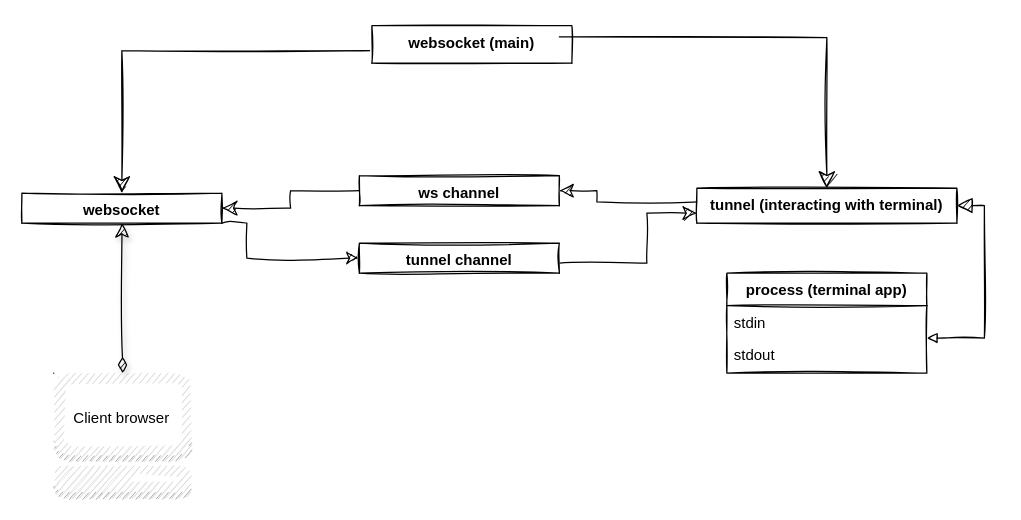
Above: diagram.drawio in hamidb80/code_anime (draw.io), before the change. Source tidied: cells renumbered, new cells numbered last; positions are measured from the earlier drawing's top-left corner, leaving out a move shared by most shapes. Both pictures are drawn from the tidied source at 125%, with x=0, y=0 at pixel (21, 25).
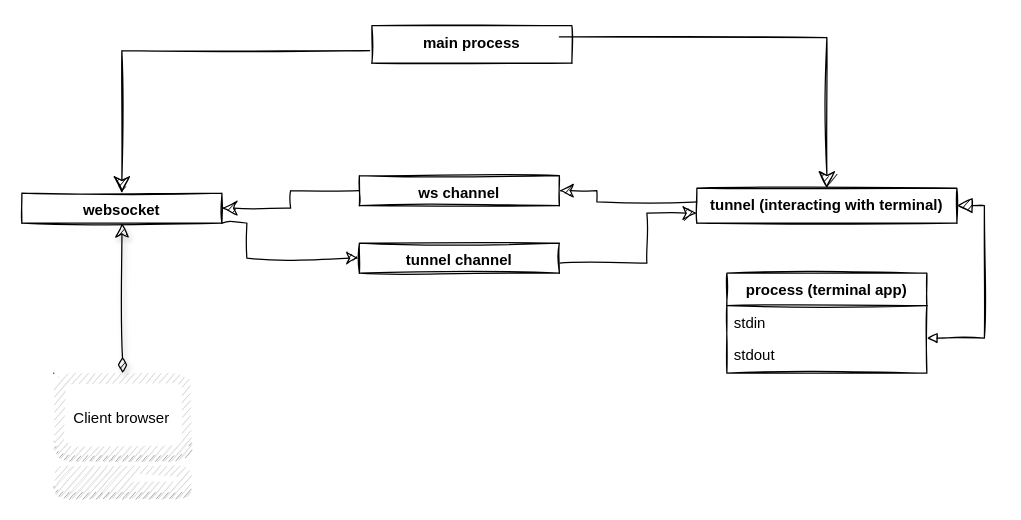
After the change.

Diff of the diagram source:
```diff
@@
-    <mxCell id="10" value="websocket (main)" style="swimlane;fontStyle=1;align=center;verticalAlign=top;horizontal=1;startSize=60;rounded=0;shadow=0;strokeWidth=1;sketch=1;" parent="1" vertex="1">
+    <mxCell id="10" value="main process&#10;" style="swimlane;fontStyle=1;align=center;verticalAlign=top;horizontal=1;startSize=60;rounded=0;shadow=0;strokeWidth=1;sketch=1;" parent="1" vertex="1">
       <mxGeometry x="280" width="160" height="30" as="geometry" />
     </mxCell>
```
